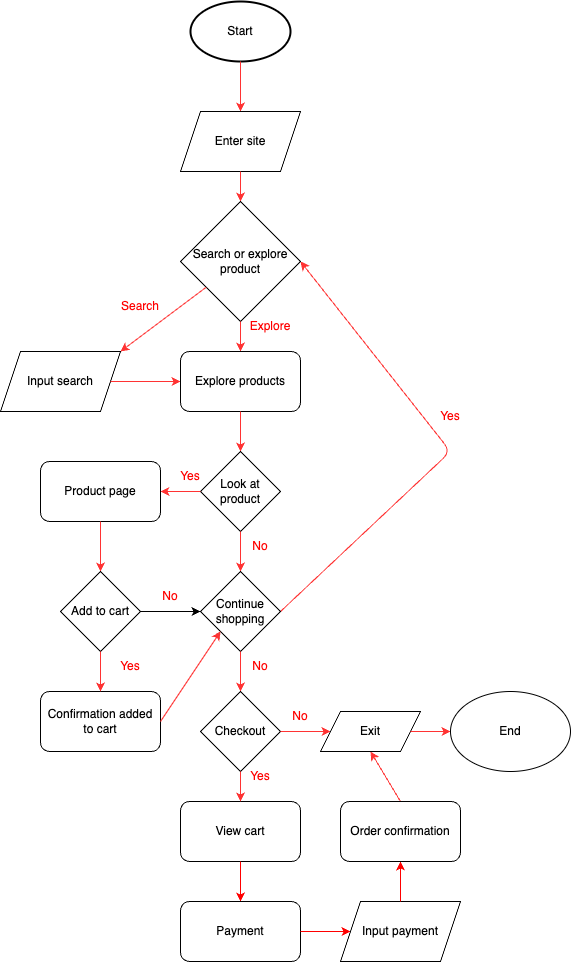
This is explore/diagramming/diagram.drawio.png from Zeyddd/sp24-cse110-lab4, a draw.io export, as it was before one commit. Source tidied: cells renumbered, new cells last; positions are measured from the earlier drawing's top-left corner, leaving out a move shared by most shapes.
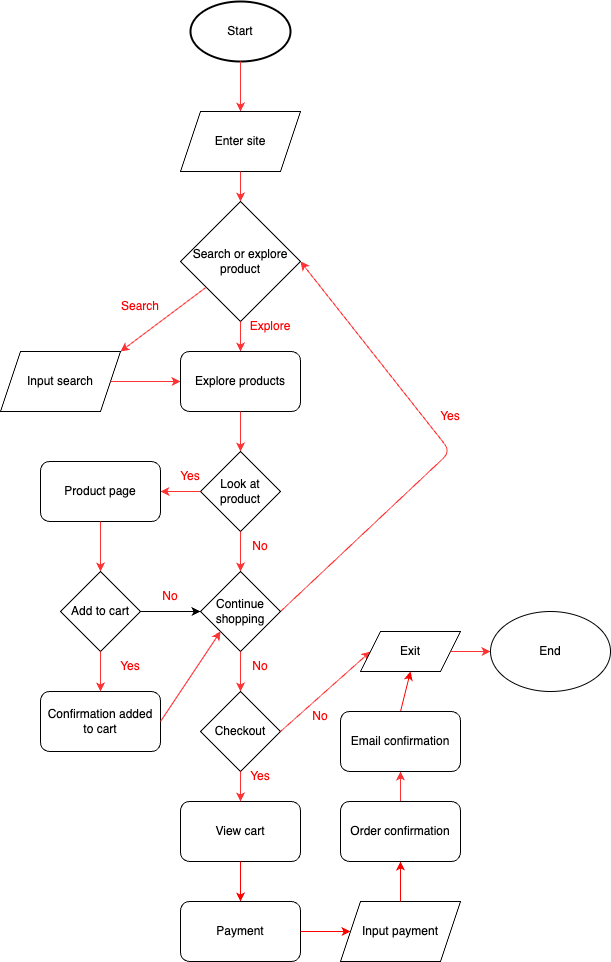
The same diagram one commit later.

Diff of the diagram source:
```diff
@@ -108,20 +108,20 @@
     <mxCell id="35" style="edgeStyle=none;rounded=1;html=1;exitX=0;exitY=0.5;exitDx=0;exitDy=0;entryX=1;entryY=0.5;entryDx=0;entryDy=0;startArrow=classic;startFill=1;endArrow=none;endFill=0;fillColor=#FF3333;strokeColor=#FF3333;" parent="1" edge="1" source="37" target="33">
       <mxGeometry relative="1" as="geometry" />
     </mxCell>
-    <mxCell id="36" style="edgeStyle=none;rounded=1;html=1;exitX=0.5;exitY=1;exitDx=0;exitDy=0;entryX=0.5;entryY=0;entryDx=0;entryDy=0;startArrow=classic;startFill=1;endArrow=none;endFill=0;fillColor=#FF3333;strokeColor=#FF3333;" parent="1" edge="1" source="37" target="49">
+    <mxCell id="36" style="edgeStyle=none;rounded=1;html=1;entryX=0.5;entryY=0;entryDx=0;entryDy=0;startArrow=classic;startFill=1;endArrow=none;endFill=0;fillColor=#FF3333;strokeColor=#FF3333;exitX=0.5;exitY=1;exitDx=0;exitDy=0;" parent="1" edge="1" source="54" target="49">
       <mxGeometry relative="1" as="geometry" />
     </mxCell>
     <mxCell id="37" value="Exit" style="shape=parallelogram;perimeter=parallelogramPerimeter;whiteSpace=wrap;html=1;fixedSize=1;" parent="1" vertex="1">
-      <mxGeometry x="320" y="710" width="100" height="40" as="geometry" />
+      <mxGeometry x="360" y="630" width="100" height="40" as="geometry" />
     </mxCell>
     <mxCell id="38" style="edgeStyle=none;rounded=1;html=1;exitX=0;exitY=0.5;exitDx=0;exitDy=0;entryX=1;entryY=0.5;entryDx=0;entryDy=0;startArrow=classic;startFill=1;endArrow=none;endFill=0;fillColor=#FF3333;strokeColor=#FF3333;" parent="1" edge="1" source="39" target="37">
       <mxGeometry relative="1" as="geometry" />
     </mxCell>
     <mxCell id="39" value="End" style="ellipse;whiteSpace=wrap;html=1;" parent="1" vertex="1">
-      <mxGeometry x="450" y="690" width="120" height="80" as="geometry" />
+      <mxGeometry x="490" y="610" width="120" height="80" as="geometry" />
     </mxCell>
     <mxCell id="40" value="&lt;font color=&quot;#ff0000&quot;&gt;No&lt;/font&gt;" style="text;html=1;strokeColor=none;fillColor=none;align=center;verticalAlign=middle;whiteSpace=wrap;rounded=0;" parent="1" vertex="1">
-      <mxGeometry x="270" y="700" width="60" height="30" as="geometry" />
+      <mxGeometry x="290" y="700" width="60" height="30" as="geometry" />
     </mxCell>
     <mxCell id="41" style="edgeStyle=none;rounded=1;html=1;exitX=0.5;exitY=0;exitDx=0;exitDy=0;entryX=0.5;entryY=1;entryDx=0;entryDy=0;startArrow=classic;startFill=1;endArrow=none;endFill=0;" parent="1" edge="1" source="42" target="33">
       <mxGeometry relative="1" as="geometry" />
@@ -168,5 +168,11 @@
         <mxPoint x="240" y="770" as="targetPoint" />
       </mxGeometry>
     </mxCell>
+    <mxCell id="53" style="edgeStyle=none;html=1;exitX=0.5;exitY=0;exitDx=0;exitDy=0;entryX=0.5;entryY=1;entryDx=0;entryDy=0;strokeColor=#FF0000;" parent="1" edge="1" source="54" target="37">
+      <mxGeometry relative="1" as="geometry" />
+    </mxCell>
+    <mxCell id="54" value="Email&amp;nbsp;confirmation" style="rounded=1;whiteSpace=wrap;html=1;" parent="1" vertex="1">
+      <mxGeometry x="340" y="710" width="120" height="60" as="geometry" />
+    </mxCell>
   </root>
 </mxGraphModel>
```
